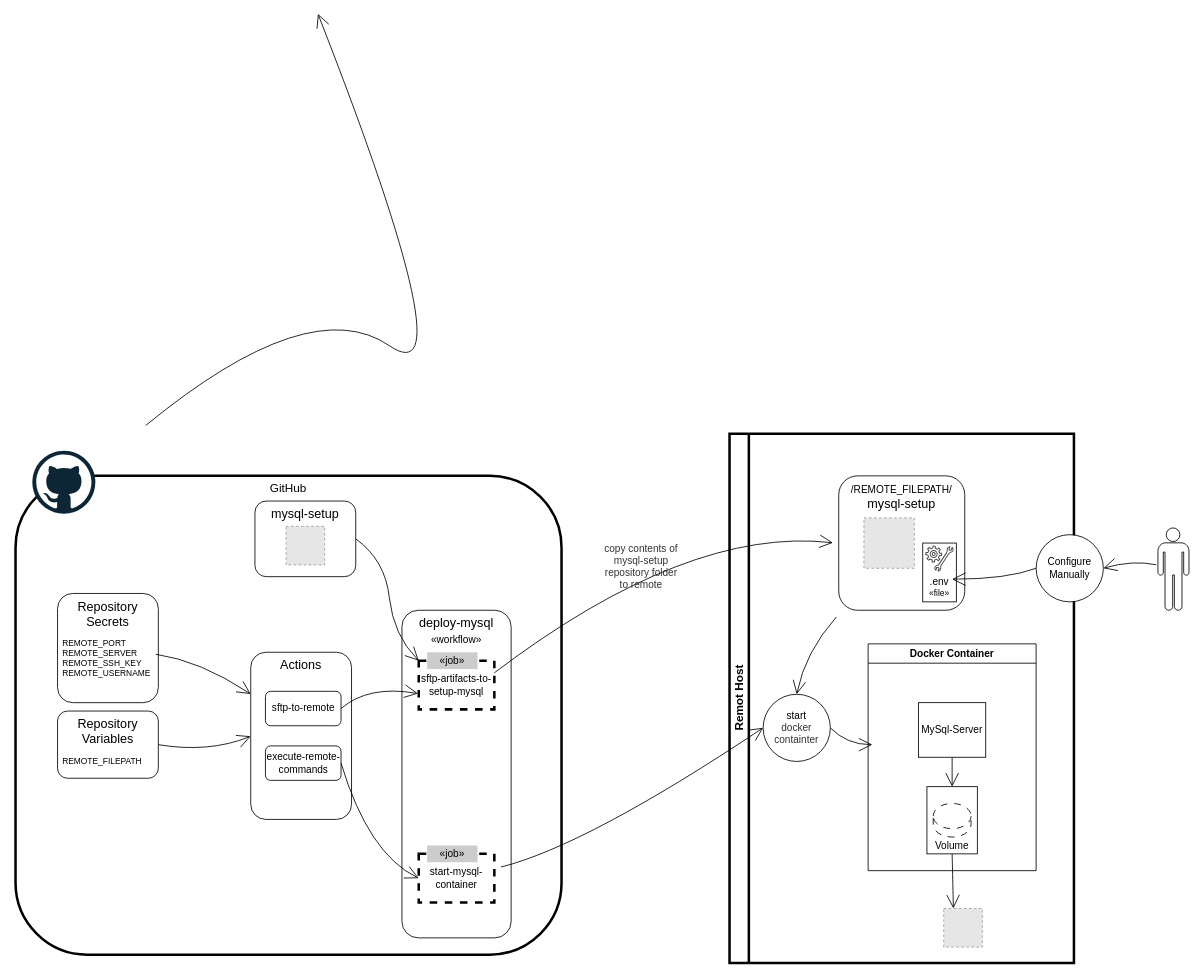
Before: page "02-overview" (2 of 3) of docs/diagrams/diagrams.drawio in mp30028/tryout-storage-mgmt, a draw.io diagram. Source tidied: cells renumbered, new cells numbered last; positions are measured from the earlier drawing's top-left corner, leaving out a move shared by most shapes. Both pictures are drawn from the tidied source at 84%, with x=0, y=0 at pixel (15, 13). Pictures stored in the file or linked from it are replaced by grey dashed boxes.
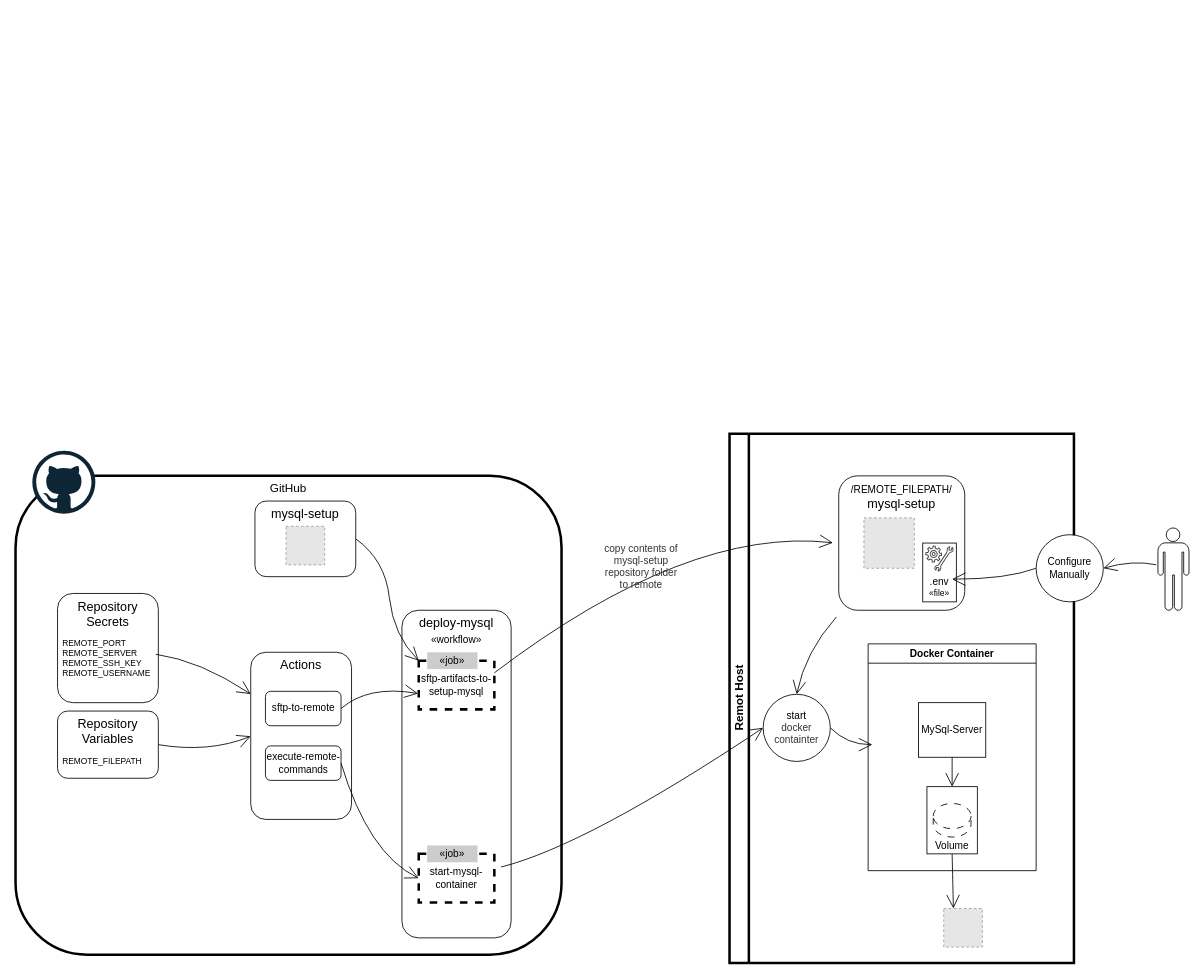
The same diagram, later.

Commit message (it also covers changes not shown here):
added diagram to explain docker secrets in compose

What changed in the source:
```diff
@@
-    <mxCell id="4" style="endArrow=open;html=1;rounded=0;startSize=14;endSize=14;sourcePerimeterSpacing=8;targetPerimeterSpacing=8;curved=1;entryX=0;entryY=0.5;entryDx=0;entryDy=0;exitX=1;exitY=0.5;exitDx=0;exitDy=0;endFill=0;" parent="1" edge="1">
-      <mxGeometry relative="1" as="geometry">
-        <mxPoint x="155" y="490" as="sourcePoint" />
-        <mxPoint x="360" as="targetPoint" />
-        <Array as="points">
-          <mxPoint x="350" y="330" />
-          <mxPoint x="540" y="460" />
-        </Array>
-      </mxGeometry>
-    </mxCell>
```
